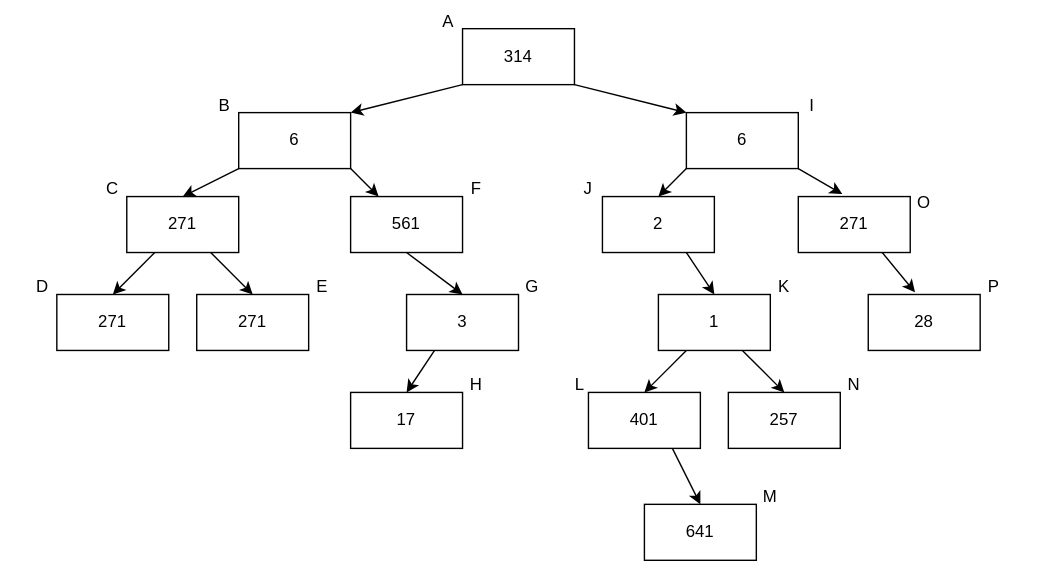
The draw.io diagram java_epi/ch09/img/binarytree0.svg in heosangmin/practiceAlgorithm, before a commit. Source tidied: cells renumbered, new cells last; positions are measured from the earlier drawing's top-left corner, leaving out a move shared by most shapes. Its diagram source:
```xml
<mxGraphModel background="#ffffff">
  <root>
    <mxCell id="0" />
    <mxCell id="1" parent="0" />
    <mxCell id="2" style="rounded=0;jettySize=auto;html=1;exitX=0;exitY=1;exitDx=0;exitDy=0;entryX=1;entryY=0;entryDx=0;entryDy=0;" parent="1" edge="1" source="4" target="7">
      <mxGeometry relative="1" as="geometry" />
    </mxCell>
    <mxCell id="3" style="edgeStyle=none;rounded=0;jettySize=auto;html=1;exitX=1;exitY=1;exitDx=0;exitDy=0;entryX=0;entryY=0;entryDx=0;entryDy=0;" parent="1" edge="1" source="4" target="10">
      <mxGeometry relative="1" as="geometry" />
    </mxCell>
    <mxCell id="4" value="314" style="rounded=0;whiteSpace=wrap;html=1;" parent="1" vertex="1">
      <mxGeometry x="330" y="20" width="80" height="40" as="geometry" />
    </mxCell>
    <mxCell id="5" style="edgeStyle=none;rounded=0;jettySize=auto;html=1;exitX=0;exitY=1;exitDx=0;exitDy=0;entryX=0.5;entryY=0;entryDx=0;entryDy=0;" parent="1" edge="1" source="7" target="13">
      <mxGeometry relative="1" as="geometry" />
    </mxCell>
    <mxCell id="6" style="edgeStyle=none;rounded=0;jettySize=auto;html=1;exitX=1;exitY=1;exitDx=0;exitDy=0;entryX=0.25;entryY=0;entryDx=0;entryDy=0;" parent="1" edge="1" source="7" target="15">
      <mxGeometry relative="1" as="geometry" />
    </mxCell>
    <mxCell id="7" value="6" style="rounded=0;whiteSpace=wrap;html=1;" parent="1" vertex="1">
      <mxGeometry x="170" y="80" width="80" height="40" as="geometry" />
    </mxCell>
    <mxCell id="8" style="edgeStyle=none;rounded=0;jettySize=auto;html=1;exitX=0;exitY=1;exitDx=0;exitDy=0;entryX=0.5;entryY=0;entryDx=0;entryDy=0;" parent="1" edge="1" source="10" target="22">
      <mxGeometry relative="1" as="geometry" />
    </mxCell>
    <mxCell id="9" style="edgeStyle=none;rounded=0;jettySize=auto;html=1;exitX=1;exitY=1;exitDx=0;exitDy=0;entryX=0.393;entryY=-0.044;entryDx=0;entryDy=0;entryPerimeter=0;" parent="1" edge="1" source="10" target="24">
      <mxGeometry relative="1" as="geometry" />
    </mxCell>
    <mxCell id="10" value="6" style="rounded=0;whiteSpace=wrap;html=1;" parent="1" vertex="1">
      <mxGeometry x="490" y="80" width="80" height="40" as="geometry" />
    </mxCell>
    <mxCell id="11" style="edgeStyle=none;rounded=0;jettySize=auto;html=1;exitX=0.25;exitY=1;exitDx=0;exitDy=0;entryX=0.5;entryY=0;entryDx=0;entryDy=0;" parent="1" edge="1" source="13" target="16">
      <mxGeometry relative="1" as="geometry" />
    </mxCell>
    <mxCell id="12" style="edgeStyle=none;rounded=0;jettySize=auto;html=1;exitX=0.75;exitY=1;exitDx=0;exitDy=0;entryX=0.5;entryY=0;entryDx=0;entryDy=0;" parent="1" edge="1" source="13" target="17">
      <mxGeometry relative="1" as="geometry" />
    </mxCell>
    <mxCell id="13" value="271" style="rounded=0;whiteSpace=wrap;html=1;" parent="1" vertex="1">
      <mxGeometry x="90" y="140" width="80" height="40" as="geometry" />
    </mxCell>
    <mxCell id="14" style="edgeStyle=none;rounded=0;jettySize=auto;html=1;exitX=0.5;exitY=1;exitDx=0;exitDy=0;entryX=0.5;entryY=0;entryDx=0;entryDy=0;" parent="1" edge="1" source="15" target="19">
      <mxGeometry relative="1" as="geometry" />
    </mxCell>
    <mxCell id="15" value="561" style="rounded=0;whiteSpace=wrap;html=1;" parent="1" vertex="1">
      <mxGeometry x="250" y="140" width="80" height="40" as="geometry" />
    </mxCell>
    <mxCell id="16" value="271" style="rounded=0;whiteSpace=wrap;html=1;" parent="1" vertex="1">
      <mxGeometry x="40" y="210" width="80" height="40" as="geometry" />
    </mxCell>
    <mxCell id="17" value="271" style="rounded=0;whiteSpace=wrap;html=1;" parent="1" vertex="1">
      <mxGeometry x="140" y="210" width="80" height="40" as="geometry" />
    </mxCell>
    <mxCell id="18" style="edgeStyle=none;rounded=0;jettySize=auto;html=1;exitX=0.25;exitY=1;exitDx=0;exitDy=0;entryX=0.5;entryY=0;entryDx=0;entryDy=0;" parent="1" edge="1" source="19" target="20">
      <mxGeometry relative="1" as="geometry" />
    </mxCell>
    <mxCell id="19" value="3" style="rounded=0;whiteSpace=wrap;html=1;" parent="1" vertex="1">
      <mxGeometry x="290" y="210" width="80" height="40" as="geometry" />
    </mxCell>
    <mxCell id="20" value="17" style="rounded=0;whiteSpace=wrap;html=1;" parent="1" vertex="1">
      <mxGeometry x="250" y="280" width="80" height="40" as="geometry" />
    </mxCell>
    <mxCell id="21" style="edgeStyle=none;rounded=0;jettySize=auto;html=1;exitX=0.75;exitY=1;exitDx=0;exitDy=0;entryX=0.5;entryY=0;entryDx=0;entryDy=0;" parent="1" edge="1" source="22" target="27">
      <mxGeometry relative="1" as="geometry" />
    </mxCell>
    <mxCell id="22" value="2" style="rounded=0;whiteSpace=wrap;html=1;" parent="1" vertex="1">
      <mxGeometry x="430" y="140" width="80" height="40" as="geometry" />
    </mxCell>
    <mxCell id="23" style="edgeStyle=none;rounded=0;jettySize=auto;html=1;exitX=0.75;exitY=1;exitDx=0;exitDy=0;entryX=0.418;entryY=-0.039;entryDx=0;entryDy=0;entryPerimeter=0;" parent="1" edge="1" source="24" target="32">
      <mxGeometry relative="1" as="geometry" />
    </mxCell>
    <mxCell id="24" value="271" style="rounded=0;whiteSpace=wrap;html=1;" parent="1" vertex="1">
      <mxGeometry x="570" y="140" width="80" height="40" as="geometry" />
    </mxCell>
    <mxCell id="25" style="edgeStyle=none;rounded=0;jettySize=auto;html=1;exitX=0.25;exitY=1;exitDx=0;exitDy=0;entryX=0.5;entryY=0;entryDx=0;entryDy=0;" parent="1" edge="1" source="27" target="29">
      <mxGeometry relative="1" as="geometry" />
    </mxCell>
    <mxCell id="26" style="edgeStyle=none;rounded=0;jettySize=auto;html=1;exitX=0.75;exitY=1;exitDx=0;exitDy=0;entryX=0.5;entryY=0;entryDx=0;entryDy=0;" parent="1" edge="1" source="27" target="30">
      <mxGeometry relative="1" as="geometry" />
    </mxCell>
    <mxCell id="27" value="1" style="rounded=0;whiteSpace=wrap;html=1;" parent="1" vertex="1">
      <mxGeometry x="470" y="210" width="80" height="40" as="geometry" />
    </mxCell>
    <mxCell id="28" style="edgeStyle=none;rounded=0;jettySize=auto;html=1;exitX=0.75;exitY=1;exitDx=0;exitDy=0;entryX=0.5;entryY=0;entryDx=0;entryDy=0;" parent="1" edge="1" source="29" target="31">
      <mxGeometry relative="1" as="geometry" />
    </mxCell>
    <mxCell id="29" value="401" style="rounded=0;whiteSpace=wrap;html=1;" parent="1" vertex="1">
      <mxGeometry x="420" y="280" width="80" height="40" as="geometry" />
    </mxCell>
    <mxCell id="30" value="257" style="rounded=0;whiteSpace=wrap;html=1;" parent="1" vertex="1">
      <mxGeometry x="520" y="280" width="80" height="40" as="geometry" />
    </mxCell>
    <mxCell id="31" value="641" style="rounded=0;whiteSpace=wrap;html=1;" parent="1" vertex="1">
      <mxGeometry x="460" y="360" width="80" height="40" as="geometry" />
    </mxCell>
    <mxCell id="32" value="28" style="rounded=0;whiteSpace=wrap;html=1;" parent="1" vertex="1">
      <mxGeometry x="620" y="210" width="80" height="40" as="geometry" />
    </mxCell>
    <mxCell id="33" value="A" style="text;html=1;strokeColor=none;fillColor=none;align=center;verticalAlign=middle;whiteSpace=wrap;rounded=0;" parent="1" vertex="1">
      <mxGeometry x="290" width="60" height="30" as="geometry" />
    </mxCell>
    <mxCell id="34" value="B" style="text;html=1;strokeColor=none;fillColor=none;align=center;verticalAlign=middle;whiteSpace=wrap;rounded=0;" parent="1" vertex="1">
      <mxGeometry x="130" y="60" width="60" height="30" as="geometry" />
    </mxCell>
    <mxCell id="35" value="C" style="text;html=1;strokeColor=none;fillColor=none;align=center;verticalAlign=middle;whiteSpace=wrap;rounded=0;" parent="1" vertex="1">
      <mxGeometry x="50" y="120" width="60" height="30" as="geometry" />
    </mxCell>
    <mxCell id="36" value="D" style="text;html=1;strokeColor=none;fillColor=none;align=center;verticalAlign=middle;whiteSpace=wrap;rounded=0;" parent="1" vertex="1">
      <mxGeometry y="190" width="60" height="30" as="geometry" />
    </mxCell>
    <mxCell id="37" value="E" style="text;html=1;strokeColor=none;fillColor=none;align=center;verticalAlign=middle;whiteSpace=wrap;rounded=0;" parent="1" vertex="1">
      <mxGeometry x="200" y="190" width="60" height="30" as="geometry" />
    </mxCell>
    <mxCell id="38" value="F" style="text;html=1;strokeColor=none;fillColor=none;align=center;verticalAlign=middle;whiteSpace=wrap;rounded=0;" parent="1" vertex="1">
      <mxGeometry x="310" y="120" width="60" height="30" as="geometry" />
    </mxCell>
    <mxCell id="39" value="G" style="text;html=1;strokeColor=none;fillColor=none;align=center;verticalAlign=middle;whiteSpace=wrap;rounded=0;" parent="1" vertex="1">
      <mxGeometry x="350" y="190" width="60" height="30" as="geometry" />
    </mxCell>
    <mxCell id="40" value="H" style="text;html=1;strokeColor=none;fillColor=none;align=center;verticalAlign=middle;whiteSpace=wrap;rounded=0;" parent="1" vertex="1">
      <mxGeometry x="310" y="260" width="60" height="30" as="geometry" />
    </mxCell>
    <mxCell id="41" value="I" style="text;html=1;strokeColor=none;fillColor=none;align=center;verticalAlign=middle;whiteSpace=wrap;rounded=0;" parent="1" vertex="1">
      <mxGeometry x="550" y="60" width="60" height="30" as="geometry" />
    </mxCell>
    <mxCell id="42" value="J" style="text;html=1;strokeColor=none;fillColor=none;align=center;verticalAlign=middle;whiteSpace=wrap;rounded=0;" parent="1" vertex="1">
      <mxGeometry x="390" y="120" width="60" height="30" as="geometry" />
    </mxCell>
    <mxCell id="43" value="O" style="text;html=1;strokeColor=none;fillColor=none;align=center;verticalAlign=middle;whiteSpace=wrap;rounded=0;" parent="1" vertex="1">
      <mxGeometry x="630" y="130" width="60" height="30" as="geometry" />
    </mxCell>
    <mxCell id="44" value="P" style="text;html=1;strokeColor=none;fillColor=none;align=center;verticalAlign=middle;whiteSpace=wrap;rounded=0;" parent="1" vertex="1">
      <mxGeometry x="680" y="190" width="60" height="30" as="geometry" />
    </mxCell>
    <mxCell id="45" value="K" style="text;html=1;strokeColor=none;fillColor=none;align=center;verticalAlign=middle;whiteSpace=wrap;rounded=0;" parent="1" vertex="1">
      <mxGeometry x="530" y="190" width="60" height="30" as="geometry" />
    </mxCell>
    <mxCell id="46" value="L" style="text;html=1;strokeColor=none;fillColor=none;align=center;verticalAlign=middle;whiteSpace=wrap;rounded=0;" parent="1" vertex="1">
      <mxGeometry x="384" y="260" width="60" height="30" as="geometry" />
    </mxCell>
    <mxCell id="47" value="N" style="text;html=1;strokeColor=none;fillColor=none;align=center;verticalAlign=middle;whiteSpace=wrap;rounded=0;" parent="1" vertex="1">
      <mxGeometry x="580" y="260" width="60" height="30" as="geometry" />
    </mxCell>
    <mxCell id="48" value="M" style="text;html=1;strokeColor=none;fillColor=none;align=center;verticalAlign=middle;whiteSpace=wrap;rounded=0;" parent="1" vertex="1">
      <mxGeometry x="520" y="340" width="60" height="30" as="geometry" />
    </mxCell>
  </root>
</mxGraphModel>
```
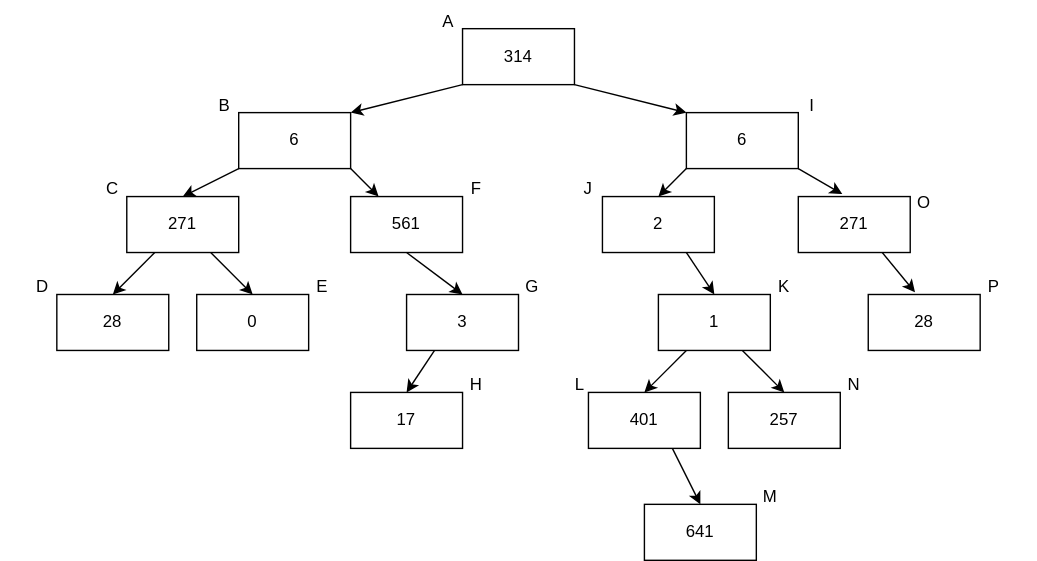
After the change.

Commit message:
add java epi 9.6

Change to the diagram source:
```diff
@@ -44,10 +44,10 @@
     <mxCell id="15" value="561" style="rounded=0;whiteSpace=wrap;html=1;" parent="1" vertex="1">
       <mxGeometry x="250" y="140" width="80" height="40" as="geometry" />
     </mxCell>
-    <mxCell id="16" value="271" style="rounded=0;whiteSpace=wrap;html=1;" parent="1" vertex="1">
+    <mxCell id="16" value="28" style="rounded=0;whiteSpace=wrap;html=1;" parent="1" vertex="1">
       <mxGeometry x="40" y="210" width="80" height="40" as="geometry" />
     </mxCell>
-    <mxCell id="17" value="271" style="rounded=0;whiteSpace=wrap;html=1;" parent="1" vertex="1">
+    <mxCell id="17" value="0" style="rounded=0;whiteSpace=wrap;html=1;" parent="1" vertex="1">
       <mxGeometry x="140" y="210" width="80" height="40" as="geometry" />
     </mxCell>
     <mxCell id="18" style="edgeStyle=none;rounded=0;jettySize=auto;html=1;exitX=0.25;exitY=1;exitDx=0;exitDy=0;entryX=0.5;entryY=0;entryDx=0;entryDy=0;" parent="1" edge="1" source="19" target="20">
```
